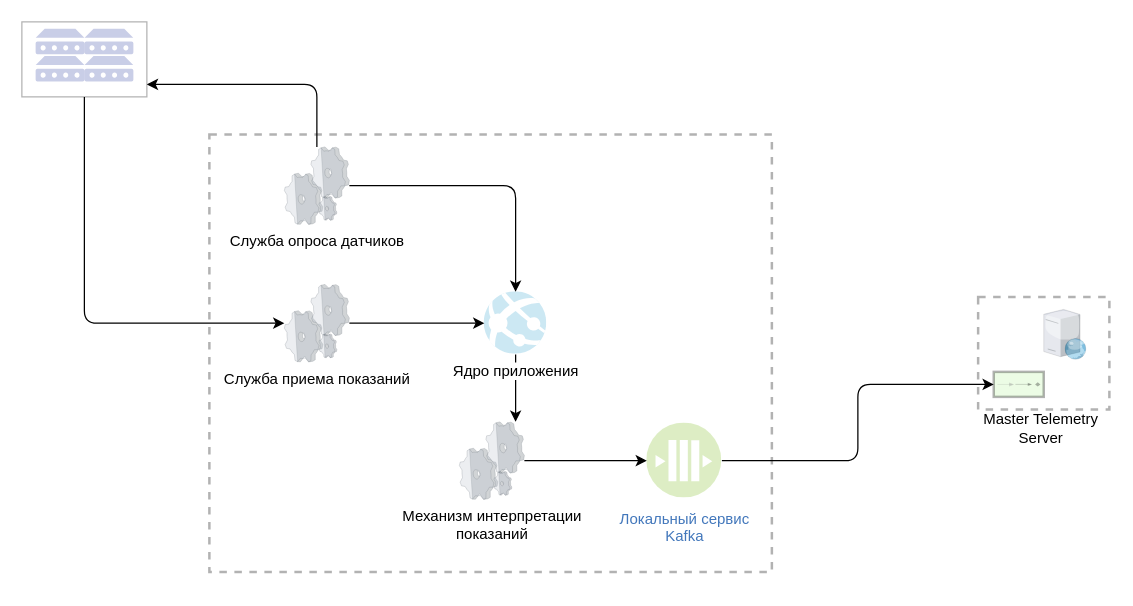
The draw.io diagram page "TelemetryLocal" (7 of 12) of ST.Telemetry.drawio in aaf1974/ProjectDiagram, before the edit. Source tidied: cells renumbered, new cells numbered last; positions are measured from the earlier drawing's top-left corner, leaving out a move shared by most shapes. Both pictures are drawn from the tidied source at 125%, with x=0, y=0 at pixel (21, 21).
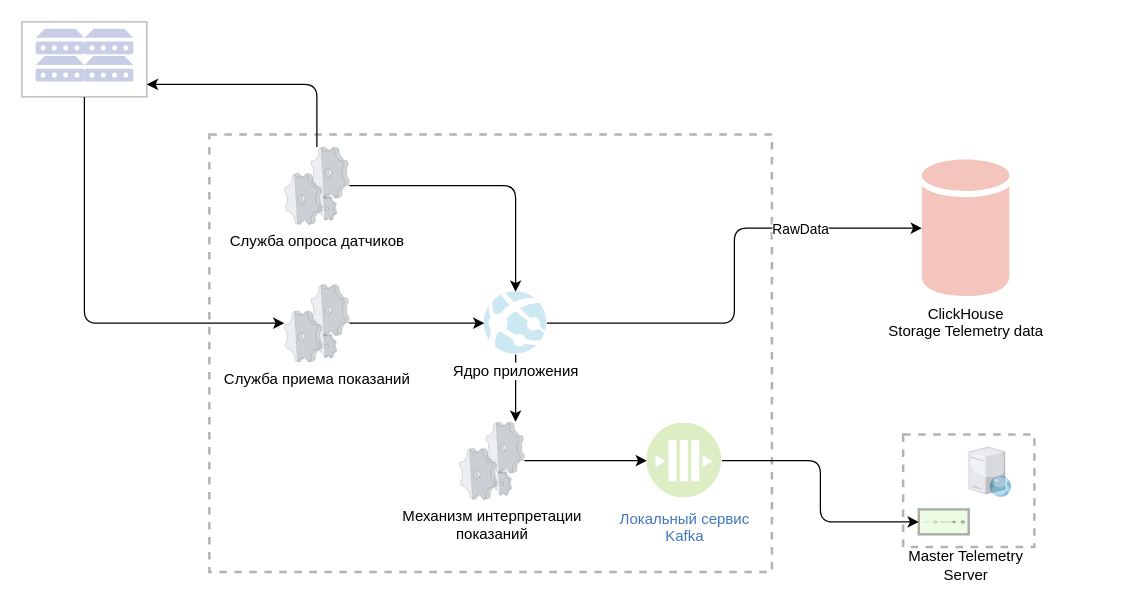
The same page after the edit.

The change refers to these unchanged cells:
```xml
<mxCell id="5" value="Ядро приложения" style="html=1;points=[];align=center;image;fontSize=12;image=img/lib/mscae/App_Services.svg;strokeWidth=5;gradientColor=none;opacity=30;rounded=0;dashed=1;sketch=0;" parent="1" vertex="1">
  <mxGeometry x="370" y="216" width="50" height="50" as="geometry" />
</mxCell>
```

Diff of the diagram source:
```diff
@@
     <mxCell id="2" style="rounded=0;whiteSpace=wrap;html=1;dashed=1;sketch=0;strokeWidth=2;opacity=30;" parent="1" vertex="1">
-      <mxGeometry x="765" y="220" width="105" height="90" as="geometry" />
+      <mxGeometry x="705" y="330" width="105" height="90" as="geometry" />
     </mxCell>
@@
+    <mxCell id="25" style="edgeStyle=orthogonalEdgeStyle;curved=0;rounded=1;sketch=0;jettySize=auto;html=1;startArrow=none;startFill=0;strokeWidth=1;" parent="1" edge="1" source="5" target="27">
+      <mxGeometry relative="1" as="geometry" />
+    </mxCell>
+    <mxCell id="26" value="RawData" style="edgeLabel;html=1;align=center;verticalAlign=middle;" parent="25" vertex="1">
+      <mxGeometry x="0.48" relative="1" as="geometry" />
+    </mxCell>
@@
     <mxCell id="22" style="verticalLabelPosition=bottom;html=1;verticalAlign=top;strokeColor=none;align=center;shape=mxgraph.citrix.web_server;gradientColor=none;opacity=30;" parent="1" vertex="1">
-      <mxGeometry x="817.5" y="230" width="34" height="40" as="geometry" />
+      <mxGeometry x="757.5" y="340" width="34" height="40" as="geometry" />
     </mxCell>
     <mxCell id="23" style="fillColor=#c0f5a9;dashed=0;outlineConnect=0;strokeWidth=2;html=1;align=center;fontSize=8;verticalLabelPosition=bottom;verticalAlign=top;shape=mxgraph.eip.event_driven_consumer;opacity=30;rounded=0;sketch=0;" parent="1" vertex="1">
-      <mxGeometry x="777.5" y="280" width="40" height="20" as="geometry" />
+      <mxGeometry x="717.5" y="390" width="40" height="20" as="geometry" />
     </mxCell>
     <mxCell id="24" value="Master Telemetry&lt;br&gt;Server" style="text;html=1;align=center;verticalAlign=middle;strokeColor=none;" parent="1" vertex="1">
-      <mxGeometry x="760" y="310" width="110" height="30" as="geometry" />
+      <mxGeometry x="700" y="420" width="110" height="30" as="geometry" />
     </mxCell>
+    <mxCell id="27" value="ClickHouse&lt;br&gt;Storage Telemetry data" style="shadow=0;dashed=0;html=1;strokeColor=none;labelPosition=center;verticalLabelPosition=bottom;verticalAlign=top;outlineConnect=0;align=center;shape=mxgraph.office.databases.database;fillColor=#DA4026;opacity=30;rounded=0;sketch=0;" parent="1" vertex="1">
+      <mxGeometry x="720" y="110" width="70" height="110" as="geometry" />
+    </mxCell>
```
